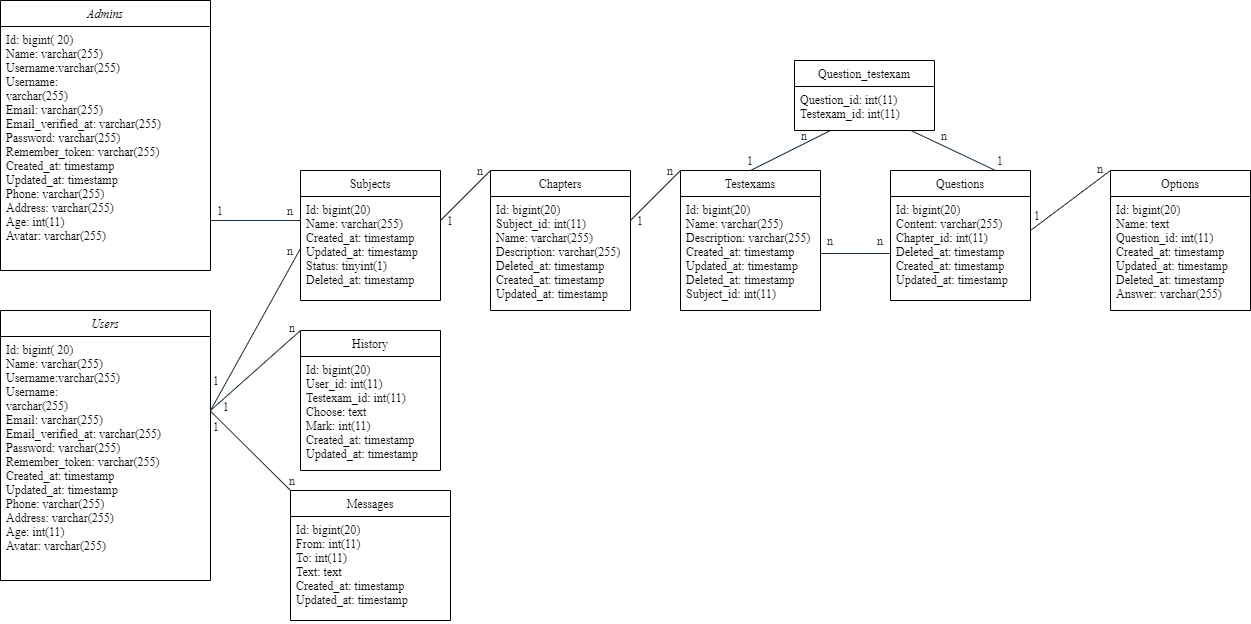
MinChien/learnGit keeps this draw.io diagram as Untitled Diagram.png. Above is the earlier version. Source tidied: cells renumbered, new cells last; positions are measured from the earlier drawing's top-left corner, leaving out a move shared by most shapes.
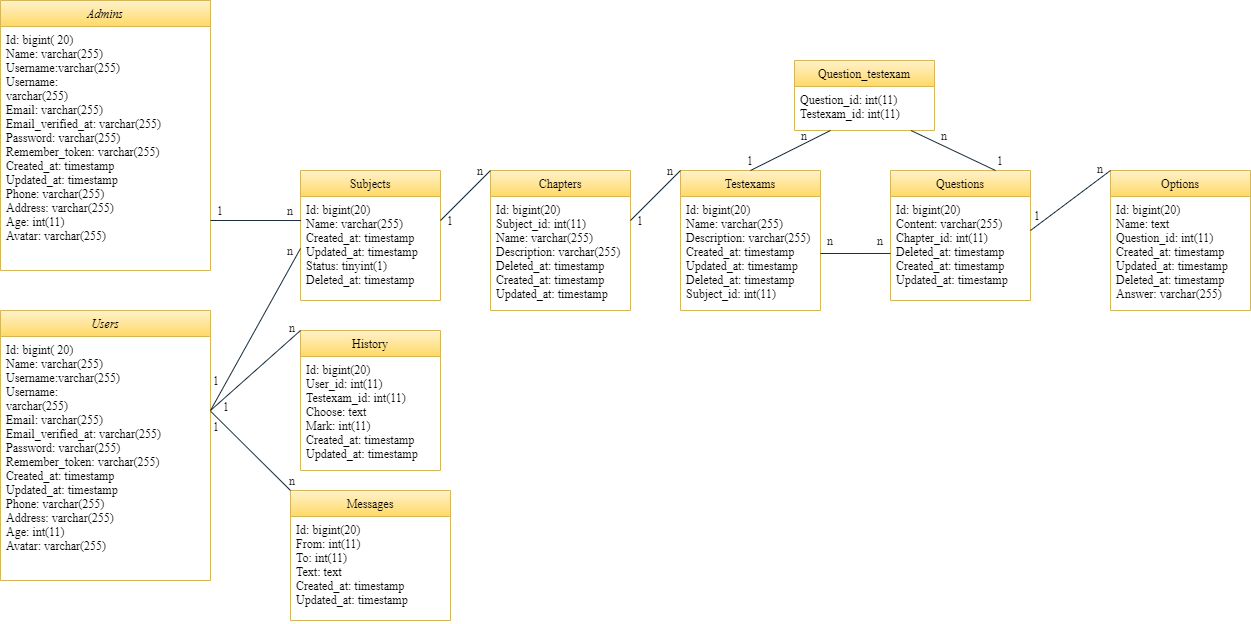
After the commit.

What changed in the source:
```diff
@@ -1,62 +1,62 @@
-<mxGraphModel>
+<mxGraphModel background="#FFFFFF">
   <root>
     <mxCell id="0" />
     <mxCell id="1" parent="0" />
-    <mxCell id="2" value="Admins" style="swimlane;fontStyle=2;align=center;verticalAlign=top;horizontal=1;startSize=26;rounded=0;shadow=0;strokeWidth=1;fontFamily=Times New Roman;" parent="1" vertex="1">
+    <mxCell id="2" value="Admins" style="swimlane;fontStyle=2;align=center;verticalAlign=top;horizontal=1;startSize=26;rounded=0;shadow=0;strokeWidth=1;fontFamily=Times New Roman;gradientColor=#ffd966;fillColor=#fff2cc;strokeColor=#d6b656;" parent="1" vertex="1">
       <mxGeometry width="210" height="270" as="geometry" />
     </mxCell>
     <mxCell id="3" value="Id: bigint( 20)&#10;Name: varchar(255)&#10;Username:varchar(255)&#10;Username:&#10;varchar(255)&#10;Email: varchar(255)&#10;Email_verified_at: varchar(255)&#10;Password: varchar(255)&#10;Remember_token: varchar(255)&#10;Created_at: timestamp&#10;Updated_at: timestamp&#10;Phone: varchar(255)&#10;Address: varchar(255)&#10;Age: int(11)&#10;Avatar: varchar(255)" style="text;align=left;verticalAlign=top;spacingLeft=4;spacingRight=4;overflow=hidden;rounded=0;shadow=0;html=0;fontFamily=Times New Roman;" parent="2" vertex="1">
       <mxGeometry y="26" width="210" height="234" as="geometry" />
     </mxCell>
-    <mxCell id="4" value="Users" style="swimlane;fontStyle=2;align=center;verticalAlign=top;horizontal=1;startSize=26;rounded=0;shadow=0;strokeWidth=1;fontFamily=Times New Roman;" parent="1" vertex="1">
+    <mxCell id="4" value="Users" style="swimlane;fontStyle=2;align=center;verticalAlign=top;horizontal=1;startSize=26;rounded=0;shadow=0;strokeWidth=1;fontFamily=Times New Roman;gradientColor=#ffd966;fillColor=#fff2cc;strokeColor=#d6b656;" parent="1" vertex="1">
       <mxGeometry y="310" width="210" height="270" as="geometry" />
     </mxCell>
     <mxCell id="5" value="Id: bigint( 20)&#10;Name: varchar(255)&#10;Username:varchar(255)&#10;Username:&#10;varchar(255)&#10;Email: varchar(255)&#10;Email_verified_at: varchar(255)&#10;Password: varchar(255)&#10;Remember_token: varchar(255)&#10;Created_at: timestamp&#10;Updated_at: timestamp&#10;Phone: varchar(255)&#10;Address: varchar(255)&#10;Age: int(11)&#10;Avatar: varchar(255)" style="text;align=left;verticalAlign=top;spacingLeft=4;spacingRight=4;overflow=hidden;points=[[0,0.5],[1,0.5]];portConstraint=eastwest;rounded=0;shadow=0;html=0;fontFamily=Times New Roman;" parent="4" vertex="1">
       <mxGeometry y="26" width="210" height="234" as="geometry" />
     </mxCell>
-    <mxCell id="6" value="Chapters" style="swimlane;fontStyle=0;horizontal=1;startSize=26;fillColor=none;fontFamily=Times New Roman;" parent="1" vertex="1">
+    <mxCell id="6" value="Chapters" style="swimlane;fontStyle=0;horizontal=1;startSize=26;fillColor=#fff2cc;fontFamily=Times New Roman;gradientColor=#ffd966;strokeColor=#d6b656;" parent="1" vertex="1">
       <mxGeometry x="490" y="170" width="140" height="140" as="geometry" />
     </mxCell>
     <mxCell id="7" value="Id: bigint(20) &#10;Subject_id: int(11) &#10;Name: varchar(255)&#10;Description: varchar(255) &#10;Deleted_at: timestamp &#10;Created_at: timestamp &#10;Updated_at: timestamp" style="text;strokeColor=none;fillColor=none;align=left;verticalAlign=top;spacingLeft=4;spacingRight=4;overflow=hidden;fontFamily=Times New Roman;" parent="6" vertex="1">
       <mxGeometry y="26" width="140" height="114" as="geometry" />
     </mxCell>
-    <mxCell id="8" value="History" style="swimlane;fontStyle=0;horizontal=1;startSize=26;fillColor=none;fontFamily=Times New Roman;" parent="1" vertex="1">
+    <mxCell id="8" value="History" style="swimlane;fontStyle=0;horizontal=1;startSize=26;fillColor=#fff2cc;fontFamily=Times New Roman;gradientColor=#ffd966;strokeColor=#d6b656;" parent="1" vertex="1">
       <mxGeometry x="300" y="330" width="140" height="140" as="geometry" />
     </mxCell>
     <mxCell id="9" value="Id: bigint(20)&#10;User_id: int(11)&#10;Testexam_id: int(11)&#10;Choose: text&#10;Mark: int(11)&#10;Created_at: timestamp&#10;Updated_at: timestamp" style="text;strokeColor=none;fillColor=none;align=left;verticalAlign=top;spacingLeft=4;spacingRight=4;overflow=hidden;fontFamily=Times New Roman;" parent="8" vertex="1">
       <mxGeometry y="26" width="140" height="114" as="geometry" />
     </mxCell>
-    <mxCell id="10" value="Messages" style="swimlane;fontStyle=0;horizontal=1;startSize=26;fillColor=none;fontFamily=Times New Roman;" parent="1" vertex="1">
+    <mxCell id="10" value="Messages" style="swimlane;fontStyle=0;horizontal=1;startSize=26;fillColor=#fff2cc;fontFamily=Times New Roman;gradientColor=#ffd966;strokeColor=#d6b656;" parent="1" vertex="1">
       <mxGeometry x="290" y="490" width="160" height="130" as="geometry" />
     </mxCell>
     <mxCell id="11" value="Id: bigint(20)&#10;From: int(11)&#10;To: int(11)&#10;Text: text&#10;Created_at: timestamp&#10;Updated_at: timestamp" style="text;strokeColor=none;fillColor=none;align=left;verticalAlign=top;spacingLeft=4;spacingRight=4;overflow=hidden;fontFamily=Times New Roman;" parent="10" vertex="1">
       <mxGeometry y="26" width="160" height="104" as="geometry" />
     </mxCell>
-    <mxCell id="12" value="Options" style="swimlane;fontStyle=0;horizontal=1;startSize=26;fillColor=none;fontFamily=Times New Roman;" parent="1" vertex="1">
+    <mxCell id="12" value="Options" style="swimlane;fontStyle=0;horizontal=1;startSize=26;fillColor=#fff2cc;fontFamily=Times New Roman;gradientColor=#ffd966;strokeColor=#d6b656;" parent="1" vertex="1">
       <mxGeometry x="1110" y="170" width="140" height="140" as="geometry" />
     </mxCell>
     <mxCell id="13" value="Id: bigint(20)&#10;Name: text&#10;Question_id: int(11)&#10;Created_at: timestamp&#10;Updated_at: timestamp&#10;Deleted_at: timestamp&#10;Answer: varchar(255)" style="text;strokeColor=none;fillColor=none;align=left;verticalAlign=top;spacingLeft=4;spacingRight=4;overflow=hidden;fontFamily=Times New Roman;" parent="12" vertex="1">
       <mxGeometry y="26" width="140" height="114" as="geometry" />
     </mxCell>
-    <mxCell id="14" value="Questions" style="swimlane;fontStyle=0;horizontal=1;startSize=26;fillColor=none;fontFamily=Times New Roman;" parent="1" vertex="1">
+    <mxCell id="14" value="Questions" style="swimlane;fontStyle=0;horizontal=1;startSize=26;fillColor=#fff2cc;fontFamily=Times New Roman;gradientColor=#ffd966;strokeColor=#d6b656;" parent="1" vertex="1">
       <mxGeometry x="890" y="170" width="140" height="130" as="geometry" />
     </mxCell>
     <mxCell id="15" value="Id: bigint(20)&#10;Content: varchar(255)&#10;Chapter_id: int(11)&#10;Deleted_at: timestamp&#10;Created_at: timestamp&#10;Updated_at: timestamp" style="text;strokeColor=none;fillColor=none;align=left;verticalAlign=top;spacingLeft=4;spacingRight=4;overflow=hidden;points=[[0,0.5],[1,0.5]];portConstraint=eastwest;fontFamily=Times New Roman;" parent="14" vertex="1">
       <mxGeometry y="26" width="140" height="104" as="geometry" />
     </mxCell>
-    <mxCell id="16" value="Question_testexam" style="swimlane;fontStyle=0;horizontal=1;startSize=26;fillColor=none;fontFamily=Times New Roman;" parent="1" vertex="1">
+    <mxCell id="16" value="Question_testexam" style="swimlane;fontStyle=0;horizontal=1;startSize=26;fillColor=#fff2cc;fontFamily=Times New Roman;gradientColor=#ffd966;strokeColor=#d6b656;" parent="1" vertex="1">
       <mxGeometry x="794" y="60" width="140" height="70" as="geometry" />
     </mxCell>
     <mxCell id="17" value="Question_id: int(11)&#10;Testexam_id: int(11)" style="text;strokeColor=none;fillColor=none;align=left;verticalAlign=top;spacingLeft=4;spacingRight=4;overflow=hidden;points=[[0,0.5],[1,0.5]];portConstraint=eastwest;fontFamily=Times New Roman;" parent="16" vertex="1">
       <mxGeometry y="26" width="140" height="44" as="geometry" />
     </mxCell>
-    <mxCell id="18" value="Subjects" style="swimlane;fontStyle=0;horizontal=1;startSize=26;fillColor=none;fontFamily=Times New Roman;" parent="1" vertex="1">
+    <mxCell id="18" value="Subjects" style="swimlane;fontStyle=0;horizontal=1;startSize=26;fillColor=#fff2cc;fontFamily=Times New Roman;gradientColor=#ffd966;strokeColor=#d6b656;" parent="1" vertex="1">
       <mxGeometry x="300" y="170" width="140" height="130" as="geometry" />
     </mxCell>
     <mxCell id="19" value="Id: bigint(20)&#10;Name: varchar(255)&#10;Created_at: timestamp&#10;Updated_at: timestamp&#10;Status: tinyint(1)&#10;Deleted_at: timestamp" style="text;strokeColor=none;fillColor=none;align=left;verticalAlign=top;spacingLeft=4;spacingRight=4;overflow=hidden;points=[[0,0.5],[1,0.5]];portConstraint=eastwest;fontFamily=Times New Roman;" parent="18" vertex="1">
       <mxGeometry y="26" width="140" height="104" as="geometry" />
     </mxCell>
-    <mxCell id="20" value="Testexams" style="swimlane;fontStyle=0;horizontal=1;startSize=26;fillColor=none;fontFamily=Times New Roman;" parent="1" vertex="1">
+    <mxCell id="20" value="Testexams" style="swimlane;fontStyle=0;horizontal=1;startSize=26;fillColor=#fff2cc;fontFamily=Times New Roman;gradientColor=#ffd966;strokeColor=#d6b656;" parent="1" vertex="1">
       <mxGeometry x="680" y="170" width="140" height="140" as="geometry" />
     </mxCell>
     <mxCell id="21" value="Id: bigint(20)&#10;Name: varchar(255)&#10;Description: varchar(255)&#10;Created_at: timestamp&#10;Updated_at: timestamp&#10;Deleted_at: timestamp&#10;Subject_id: int(11)" style="text;strokeColor=none;fillColor=none;align=left;verticalAlign=top;spacingLeft=4;spacingRight=4;overflow=hidden;points=[[0,0.5],[1,0.5]];portConstraint=eastwest;fontFamily=Times New Roman;" parent="20" vertex="1">
```
